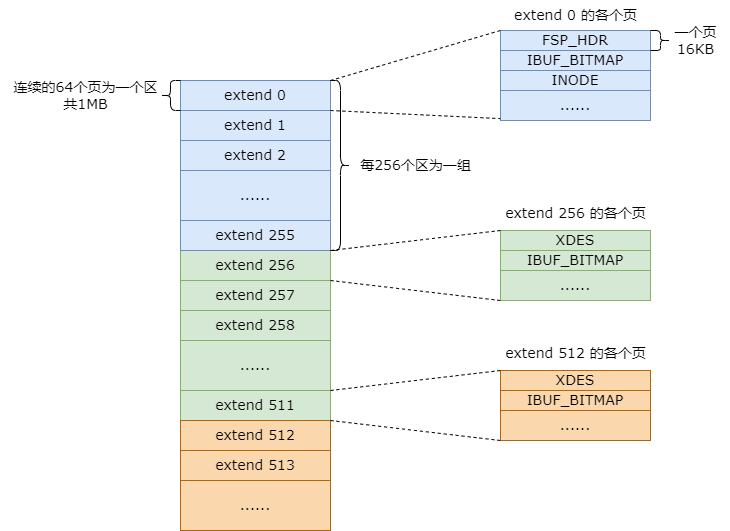
The draw.io diagram database/表空间结构.drawio.png in guxdong/imgrepo, before a commit. Source tidied: cells renumbered, new cells last; positions are measured from the earlier drawing's top-left corner, leaving out a move shared by most shapes.
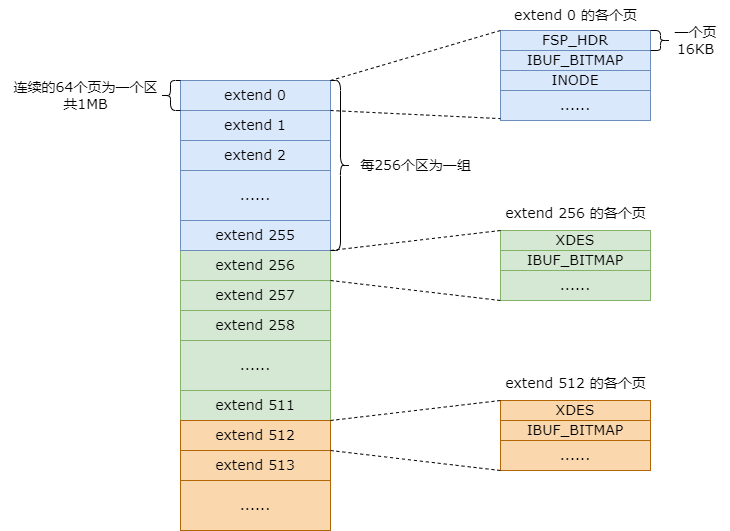
The same file after the commit.

Commit message:
更新表空间结构.drawio.png

What changed in the source:
```diff
@@ -116,7 +116,7 @@
       <mxGeometry y="60" width="150" height="50" as="geometry" />
     </mxCell>
     <mxCell id="39" style="group;fillColor=#fad7ac;strokeColor=#b46504;" parent="1" vertex="1">
-      <mxGeometry x="500" y="370" width="150" height="70" as="geometry" />
+      <mxGeometry x="500" y="400" width="150" height="70" as="geometry" />
     </mxCell>
     <mxCell id="40" value="&lt;font face=&quot;Verdana&quot; style=&quot;font-size: 14px;&quot;&gt;XDES&lt;/font&gt;" style="rounded=0;whiteSpace=wrap;html=1;fillColor=#fad7ac;strokeColor=#b46504;" parent="39" vertex="1">
       <mxGeometry width="150" height="20" as="geometry" />
@@ -128,12 +128,12 @@
       <mxGeometry y="40" width="150" height="30" as="geometry" />
     </mxCell>
     <mxCell id="43" value="&lt;font face=&quot;Verdana&quot; style=&quot;font-size: 14px;&quot;&gt;extend 512 的各个页&lt;/font&gt;" style="text;html=1;align=center;verticalAlign=middle;strokeColor=none;fillColor=none;" parent="1" vertex="1">
-      <mxGeometry x="495" y="335" width="160" height="35" as="geometry" />
+      <mxGeometry x="495" y="365" width="160" height="35" as="geometry" />
     </mxCell>
-    <mxCell id="44" style="endArrow=none;dashed=1;html=1;rounded=0;entryX=0;entryY=0;entryDx=0;entryDy=0;exitX=1;exitY=0;exitDx=0;exitDy=0;" parent="1" edge="1" source="7" target="40">
+    <mxCell id="44" style="endArrow=none;dashed=1;html=1;rounded=0;entryX=0;entryY=0;entryDx=0;entryDy=0;exitX=1;exitY=1;exitDx=0;exitDy=0;" parent="1" edge="1" source="7" target="40">
       <mxGeometry relative="1" as="geometry" />
     </mxCell>
-    <mxCell id="45" style="endArrow=none;dashed=1;html=1;rounded=0;entryX=0;entryY=1;entryDx=0;entryDy=0;exitX=1;exitY=0;exitDx=0;exitDy=0;" parent="1" edge="1" source="36" target="42">
+    <mxCell id="45" style="endArrow=none;dashed=1;html=1;rounded=0;entryX=0;entryY=1;entryDx=0;entryDy=0;exitX=1;exitY=1;exitDx=0;exitDy=0;" parent="1" edge="1" source="36" target="42">
       <mxGeometry relative="1" as="geometry" />
     </mxCell>
   </root>
```
